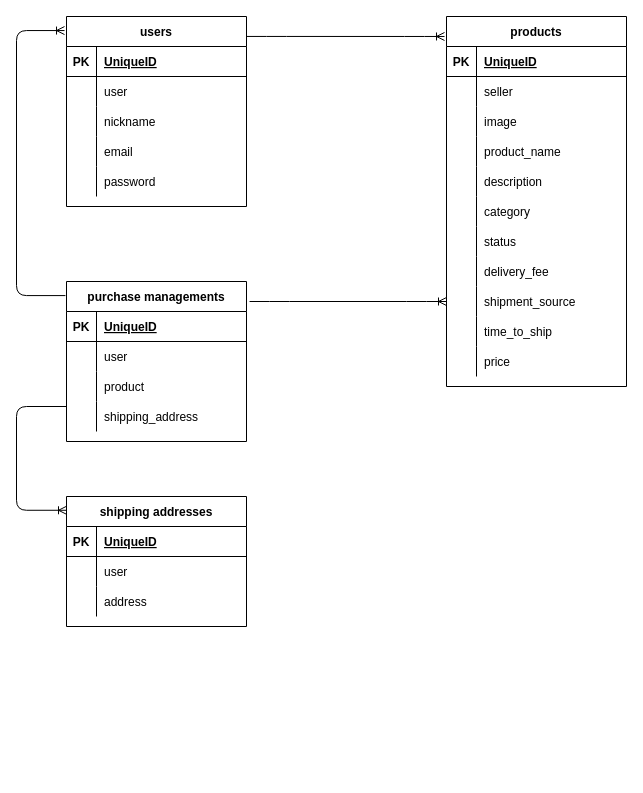
This is ER.dio from koshiro-saito/furima-31967, a draw.io file, before an edit. Source tidied: cells renumbered, new cells numbered last; positions are measured from the earlier drawing's top-left corner, leaving out a move shared by most shapes. Both pictures are drawn from the tidied source at 100%, with x=0, y=0 at pixel (16, 16).
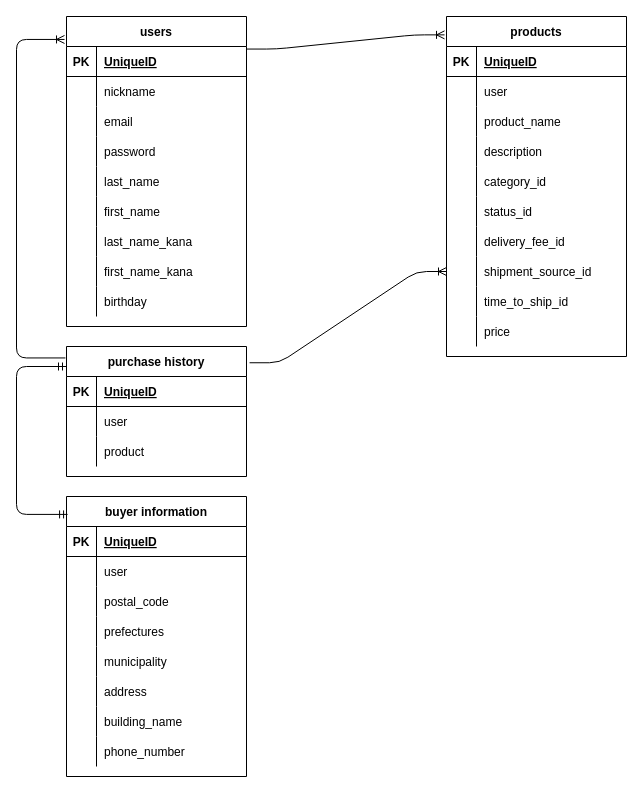
The same page after the edit.

The change refers to these unchanged cells:
```xml
<mxCell id="6" style="shape=partialRectangle;fillColor=none;top=0;left=0;bottom=0;right=0;" parent="2" vertex="1">
  <mxGeometry y="60" width="180" height="30" as="geometry" />
</mxCell>
```

Change to the diagram source:
```diff
@@
     <mxCell id="2" value="products" style="shape=table;startSize=30;childLayout=tableLayout;rowLines=0;fontStyle=1;align=center;" parent="1" vertex="1">
-      <mxGeometry x="430" width="180" height="370" as="geometry" />
+      <mxGeometry x="430" width="180" height="340" as="geometry" />
     </mxCell>
@@
-    <mxCell id="8" value="seller" style="shape=partialRectangle;fillColor=none;top=0;left=0;bottom=0;right=0;align=left;spacingLeft=6;overflow=hidden;" parent="6" vertex="1">
+    <mxCell id="8" value="user" style="shape=partialRectangle;fillColor=none;top=0;left=0;bottom=0;right=0;align=left;spacingLeft=6;overflow=hidden;" parent="6" vertex="1">
       <mxGeometry x="30" width="150" height="30" as="geometry" />
     </mxCell>
-    <mxCell id="9" style="shape=partialRectangle;fillColor=none;top=0;left=0;bottom=0;right=0;" parent="2" vertex="1">
-      <mxGeometry y="90" width="180" height="30" as="geometry" />
-    </mxCell>
-    <mxCell id="10" style="shape=partialRectangle;fillColor=none;top=0;left=0;bottom=0;right=0;overflow=hidden;" parent="9" vertex="1">
-      <mxGeometry width="30" height="30" as="geometry" />
-    </mxCell>
-    <mxCell id="11" value="image" style="shape=partialRectangle;fillColor=none;top=0;left=0;bottom=0;right=0;align=left;spacingLeft=6;overflow=hidden;" parent="9" vertex="1">
-      <mxGeometry x="30" width="150" height="30" as="geometry" />
-    </mxCell>
     <mxCell id="12" style="shape=partialRectangle;fillColor=none;top=0;left=0;bottom=0;right=0;" parent="2" vertex="1">
-      <mxGeometry y="120" width="180" height="30" as="geometry" />
+      <mxGeometry y="90" width="180" height="30" as="geometry" />
     </mxCell>
@@
     <mxCell id="15" style="shape=partialRectangle;fillColor=none;top=0;left=0;bottom=0;right=0;" parent="2" vertex="1">
-      <mxGeometry y="150" width="180" height="30" as="geometry" />
+      <mxGeometry y="120" width="180" height="30" as="geometry" />
     </mxCell>
@@
     <mxCell id="18" style="shape=partialRectangle;fillColor=none;top=0;left=0;bottom=0;right=0;" parent="2" vertex="1">
-      <mxGeometry y="180" width="180" height="30" as="geometry" />
+      <mxGeometry y="150" width="180" height="30" as="geometry" />
     </mxCell>
@@
-    <mxCell id="20" value="category" style="shape=partialRectangle;fillColor=none;top=0;left=0;bottom=0;right=0;align=left;spacingLeft=6;overflow=hidden;" parent="18" vertex="1">
+    <mxCell id="20" value="category_id" style="shape=partialRectangle;fillColor=none;top=0;left=0;bottom=0;right=0;align=left;spacingLeft=6;overflow=hidden;" parent="18" vertex="1">
       <mxGeometry x="30" width="150" height="30" as="geometry" />
     </mxCell>
     <mxCell id="21" style="shape=partialRectangle;fillColor=none;top=0;left=0;bottom=0;right=0;" parent="2" vertex="1">
-      <mxGeometry y="210" width="180" height="30" as="geometry" />
+      <mxGeometry y="180" width="180" height="30" as="geometry" />
     </mxCell>
@@
-    <mxCell id="23" value="status" style="shape=partialRectangle;fillColor=none;top=0;left=0;bottom=0;right=0;align=left;spacingLeft=6;overflow=hidden;" parent="21" vertex="1">
+    <mxCell id="23" value="status_id" style="shape=partialRectangle;fillColor=none;top=0;left=0;bottom=0;right=0;align=left;spacingLeft=6;overflow=hidden;" parent="21" vertex="1">
       <mxGeometry x="30" width="150" height="30" as="geometry" />
     </mxCell>
     <mxCell id="24" style="shape=partialRectangle;fillColor=none;top=0;left=0;bottom=0;right=0;" parent="2" vertex="1">
-      <mxGeometry y="240" width="180" height="30" as="geometry" />
+      <mxGeometry y="210" width="180" height="30" as="geometry" />
     </mxCell>
@@
-    <mxCell id="26" value="delivery_fee" style="shape=partialRectangle;fillColor=none;top=0;left=0;bottom=0;right=0;align=left;spacingLeft=6;overflow=hidden;" parent="24" vertex="1">
+    <mxCell id="26" value="delivery_fee_id" style="shape=partialRectangle;fillColor=none;top=0;left=0;bottom=0;right=0;align=left;spacingLeft=6;overflow=hidden;" parent="24" vertex="1">
       <mxGeometry x="30" width="150" height="30" as="geometry" />
     </mxCell>
     <mxCell id="27" style="shape=partialRectangle;fillColor=none;top=0;left=0;bottom=0;right=0;points=[[0,0.5],[1,0.5]];portConstraint=eastwest;" parent="2" vertex="1">
-      <mxGeometry y="270" width="180" height="30" as="geometry" />
+      <mxGeometry y="240" width="180" height="30" as="geometry" />
     </mxCell>
@@
-    <mxCell id="29" value="shipment_source" style="shape=partialRectangle;fillColor=none;top=0;left=0;bottom=0;right=0;align=left;spacingLeft=6;overflow=hidden;" parent="27" vertex="1">
+    <mxCell id="29" value="shipment_source_id" style="shape=partialRectangle;fillColor=none;top=0;left=0;bottom=0;right=0;align=left;spacingLeft=6;overflow=hidden;" parent="27" vertex="1">
       <mxGeometry x="30" width="150" height="30" as="geometry" />
     </mxCell>
     <mxCell id="30" style="shape=partialRectangle;fillColor=none;top=0;left=0;bottom=0;right=0;" parent="2" vertex="1">
-      <mxGeometry y="300" width="180" height="30" as="geometry" />
+      <mxGeometry y="270" width="180" height="30" as="geometry" />
     </mxCell>
@@
-    <mxCell id="32" value="time_to_ship" style="shape=partialRectangle;fillColor=none;top=0;left=0;bottom=0;right=0;align=left;spacingLeft=6;overflow=hidden;" parent="30" vertex="1">
+    <mxCell id="32" value="time_to_ship_id" style="shape=partialRectangle;fillColor=none;top=0;left=0;bottom=0;right=0;align=left;spacingLeft=6;overflow=hidden;" parent="30" vertex="1">
       <mxGeometry x="30" width="150" height="30" as="geometry" />
     </mxCell>
     <mxCell id="33" style="shape=partialRectangle;fillColor=none;top=0;left=0;bottom=0;right=0;" parent="2" vertex="1">
-      <mxGeometry y="330" width="180" height="30" as="geometry" />
+      <mxGeometry y="300" width="180" height="30" as="geometry" />
     </mxCell>
@@
     <mxCell id="36" value="users" style="shape=table;startSize=30;childLayout=tableLayout;rowLines=0;fontStyle=1;align=center;" parent="1" vertex="1">
-      <mxGeometry x="50" width="180" height="190" as="geometry" />
+      <mxGeometry x="50" width="180" height="310" as="geometry" />
     </mxCell>
@@
-    <mxCell id="40" style="shape=partialRectangle;fillColor=none;top=0;left=0;bottom=0;right=0;" parent="36" vertex="1">
-      <mxGeometry y="60" width="180" height="30" as="geometry" />
-    </mxCell>
-    <mxCell id="41" style="shape=partialRectangle;fillColor=none;top=0;left=0;bottom=0;right=0;overflow=hidden;" parent="40" vertex="1">
-      <mxGeometry width="30" height="30" as="geometry" />
-    </mxCell>
-    <mxCell id="42" value="user" style="shape=partialRectangle;fillColor=none;top=0;left=0;bottom=0;right=0;align=left;spacingLeft=6;overflow=hidden;" parent="40" vertex="1">
-      <mxGeometry x="30" width="150" height="30" as="geometry" />
-    </mxCell>
     <mxCell id="43" style="shape=partialRectangle;fillColor=none;top=0;left=0;bottom=0;right=0;" parent="36" vertex="1">
-      <mxGeometry y="90" width="180" height="30" as="geometry" />
+      <mxGeometry y="60" width="180" height="30" as="geometry" />
     </mxCell>
@@
     <mxCell id="46" style="shape=partialRectangle;fillColor=none;top=0;left=0;bottom=0;right=0;" parent="36" vertex="1">
-      <mxGeometry y="120" width="180" height="30" as="geometry" />
+      <mxGeometry y="90" width="180" height="30" as="geometry" />
     </mxCell>
@@
     <mxCell id="49" style="shape=partialRectangle;fillColor=none;top=0;left=0;bottom=0;right=0;" parent="36" vertex="1">
-      <mxGeometry y="150" width="180" height="30" as="geometry" />
+      <mxGeometry y="120" width="180" height="30" as="geometry" />
     </mxCell>
@@
+    <mxCell id="79" style="shape=partialRectangle;fillColor=none;top=0;left=0;bottom=0;right=0;" parent="36" vertex="1">
+      <mxGeometry y="150" width="180" height="30" as="geometry" />
+    </mxCell>
+    <mxCell id="80" style="shape=partialRectangle;fillColor=none;top=0;left=0;bottom=0;right=0;overflow=hidden;" parent="79" vertex="1">
+      <mxGeometry width="30" height="30" as="geometry" />
+    </mxCell>
+    <mxCell id="81" value="last_name" style="shape=partialRectangle;fillColor=none;top=0;left=0;bottom=0;right=0;align=left;spacingLeft=6;overflow=hidden;" parent="79" vertex="1">
+      <mxGeometry x="30" width="150" height="30" as="geometry" />
+    </mxCell>
+    <mxCell id="82" style="shape=partialRectangle;fillColor=none;top=0;left=0;bottom=0;right=0;" parent="36" vertex="1">
+      <mxGeometry y="180" width="180" height="30" as="geometry" />
+    </mxCell>
+    <mxCell id="83" style="shape=partialRectangle;fillColor=none;top=0;left=0;bottom=0;right=0;overflow=hidden;" parent="82" vertex="1">
+      <mxGeometry width="30" height="30" as="geometry" />
+    </mxCell>
+    <mxCell id="84" value="first_name" style="shape=partialRectangle;fillColor=none;top=0;left=0;bottom=0;right=0;align=left;spacingLeft=6;overflow=hidden;" parent="82" vertex="1">
+      <mxGeometry x="30" width="150" height="30" as="geometry" />
+    </mxCell>
+    <mxCell id="85" style="shape=partialRectangle;fillColor=none;top=0;left=0;bottom=0;right=0;" parent="36" vertex="1">
+      <mxGeometry y="210" width="180" height="30" as="geometry" />
+    </mxCell>
+    <mxCell id="86" style="shape=partialRectangle;fillColor=none;top=0;left=0;bottom=0;right=0;overflow=hidden;" parent="85" vertex="1">
+      <mxGeometry width="30" height="30" as="geometry" />
+    </mxCell>
+    <mxCell id="87" value="last_name_kana" style="shape=partialRectangle;fillColor=none;top=0;left=0;bottom=0;right=0;align=left;spacingLeft=6;overflow=hidden;" parent="85" vertex="1">
+      <mxGeometry x="30" width="150" height="30" as="geometry" />
+    </mxCell>
+    <mxCell id="88" style="shape=partialRectangle;fillColor=none;top=0;left=0;bottom=0;right=0;" parent="36" vertex="1">
+      <mxGeometry y="240" width="180" height="30" as="geometry" />
+    </mxCell>
+    <mxCell id="89" style="shape=partialRectangle;fillColor=none;top=0;left=0;bottom=0;right=0;overflow=hidden;" parent="88" vertex="1">
+      <mxGeometry width="30" height="30" as="geometry" />
+    </mxCell>
+    <mxCell id="90" value="first_name_kana" style="shape=partialRectangle;fillColor=none;top=0;left=0;bottom=0;right=0;align=left;spacingLeft=6;overflow=hidden;" parent="88" vertex="1">
+      <mxGeometry x="30" width="150" height="30" as="geometry" />
+    </mxCell>
+    <mxCell id="91" style="shape=partialRectangle;fillColor=none;top=0;left=0;bottom=0;right=0;" parent="36" vertex="1">
+      <mxGeometry y="270" width="180" height="30" as="geometry" />
+    </mxCell>
+    <mxCell id="92" style="shape=partialRectangle;fillColor=none;top=0;left=0;bottom=0;right=0;overflow=hidden;" parent="91" vertex="1">
+      <mxGeometry width="30" height="30" as="geometry" />
+    </mxCell>
+    <mxCell id="93" value="birthday" style="shape=partialRectangle;fillColor=none;top=0;left=0;bottom=0;right=0;align=left;spacingLeft=6;overflow=hidden;" parent="91" vertex="1">
+      <mxGeometry x="30" width="150" height="30" as="geometry" />
+    </mxCell>
-    <mxCell id="52" value="purchase managements" style="shape=table;startSize=30;childLayout=tableLayout;rowLines=0;fontStyle=1;align=center;" parent="1" vertex="1">
-      <mxGeometry x="50" y="265" width="180" height="160" as="geometry" />
+    <mxCell id="52" value="purchase history" style="shape=table;startSize=30;childLayout=tableLayout;rowLines=0;fontStyle=1;align=center;" parent="1" vertex="1">
+      <mxGeometry x="50" y="330" width="180" height="130" as="geometry" />
     </mxCell>
@@
-    <mxCell id="62" style="shape=partialRectangle;fillColor=none;top=0;left=0;bottom=0;right=0;" parent="52" vertex="1">
-      <mxGeometry y="120" width="180" height="30" as="geometry" />
-    </mxCell>
-    <mxCell id="63" style="shape=partialRectangle;fillColor=none;top=0;left=0;bottom=0;right=0;overflow=hidden;" parent="62" vertex="1">
-      <mxGeometry width="30" height="30" as="geometry" />
-    </mxCell>
-    <mxCell id="64" value="shipping_address" style="shape=partialRectangle;fillColor=none;top=0;left=0;bottom=0;right=0;align=left;spacingLeft=6;overflow=hidden;" parent="62" vertex="1">
-      <mxGeometry x="30" width="150" height="30" as="geometry" />
-    </mxCell>
@@
-    <mxCell id="66" value="shipping addresses" style="shape=table;startSize=30;childLayout=tableLayout;rowLines=0;fontStyle=1;align=center;" parent="1" vertex="1">
-      <mxGeometry x="50" y="480" width="180" height="130" as="geometry" />
+    <mxCell id="66" value="buyer information" style="shape=table;startSize=30;childLayout=tableLayout;rowLines=0;fontStyle=1;align=center;" parent="1" vertex="1">
+      <mxGeometry x="50" y="480" width="180" height="280" as="geometry" />
     </mxCell>
@@
+    <mxCell id="9" style="shape=partialRectangle;fillColor=none;top=0;left=0;bottom=0;right=0;" parent="66" vertex="1">
+      <mxGeometry y="90" width="180" height="30" as="geometry" />
+    </mxCell>
+    <mxCell id="94" style="shape=partialRectangle;fillColor=none;top=0;left=0;bottom=0;right=0;overflow=hidden;" parent="9" vertex="1">
+      <mxGeometry width="30" height="30" as="geometry" />
+    </mxCell>
+    <mxCell id="95" value="postal_code" style="shape=partialRectangle;fillColor=none;top=0;left=0;bottom=0;right=0;align=left;spacingLeft=6;overflow=hidden;" parent="9" vertex="1">
+      <mxGeometry x="30" width="150" height="30" as="geometry" />
+    </mxCell>
     <mxCell id="73" style="shape=partialRectangle;fillColor=none;top=0;left=0;bottom=0;right=0;" parent="66" vertex="1">
-      <mxGeometry y="90" width="180" height="30" as="geometry" />
+      <mxGeometry y="120" width="180" height="30" as="geometry" />
     </mxCell>
@@
-    <mxCell id="75" value="address" style="shape=partialRectangle;fillColor=none;top=0;left=0;bottom=0;right=0;align=left;spacingLeft=6;overflow=hidden;" parent="73" vertex="1">
+    <mxCell id="75" value="prefectures" style="shape=partialRectangle;fillColor=none;top=0;left=0;bottom=0;right=0;align=left;spacingLeft=6;overflow=hidden;" parent="73" vertex="1">
       <mxGeometry x="30" width="150" height="30" as="geometry" />
     </mxCell>
+    <mxCell id="96" style="shape=partialRectangle;fillColor=none;top=0;left=0;bottom=0;right=0;" parent="66" vertex="1">
+      <mxGeometry y="150" width="180" height="30" as="geometry" />
+    </mxCell>
+    <mxCell id="97" style="shape=partialRectangle;fillColor=none;top=0;left=0;bottom=0;right=0;overflow=hidden;" parent="96" vertex="1">
+      <mxGeometry width="30" height="30" as="geometry" />
+    </mxCell>
+    <mxCell id="98" value="municipality" style="shape=partialRectangle;fillColor=none;top=0;left=0;bottom=0;right=0;align=left;spacingLeft=6;overflow=hidden;" parent="96" vertex="1">
+      <mxGeometry x="30" width="150" height="30" as="geometry" />
+    </mxCell>
+    <mxCell id="99" style="shape=partialRectangle;fillColor=none;top=0;left=0;bottom=0;right=0;" parent="66" vertex="1">
+      <mxGeometry y="180" width="180" height="30" as="geometry" />
+    </mxCell>
+    <mxCell id="100" style="shape=partialRectangle;fillColor=none;top=0;left=0;bottom=0;right=0;overflow=hidden;" parent="99" vertex="1">
+      <mxGeometry width="30" height="30" as="geometry" />
+    </mxCell>
+    <mxCell id="101" value="address" style="shape=partialRectangle;fillColor=none;top=0;left=0;bottom=0;right=0;align=left;spacingLeft=6;overflow=hidden;" parent="99" vertex="1">
+      <mxGeometry x="30" width="150" height="30" as="geometry" />
+    </mxCell>
+    <mxCell id="102" style="shape=partialRectangle;fillColor=none;top=0;left=0;bottom=0;right=0;" parent="66" vertex="1">
+      <mxGeometry y="210" width="180" height="30" as="geometry" />
+    </mxCell>
+    <mxCell id="103" style="shape=partialRectangle;fillColor=none;top=0;left=0;bottom=0;right=0;overflow=hidden;" parent="102" vertex="1">
+      <mxGeometry width="30" height="30" as="geometry" />
+    </mxCell>
+    <mxCell id="104" value="building_name" style="shape=partialRectangle;fillColor=none;top=0;left=0;bottom=0;right=0;align=left;spacingLeft=6;overflow=hidden;" parent="102" vertex="1">
+      <mxGeometry x="30" width="150" height="30" as="geometry" />
+    </mxCell>
+    <mxCell id="105" style="shape=partialRectangle;fillColor=none;top=0;left=0;bottom=0;right=0;" parent="66" vertex="1">
+      <mxGeometry y="240" width="180" height="30" as="geometry" />
+    </mxCell>
+    <mxCell id="106" style="shape=partialRectangle;fillColor=none;top=0;left=0;bottom=0;right=0;overflow=hidden;" parent="105" vertex="1">
+      <mxGeometry width="30" height="30" as="geometry" />
+    </mxCell>
+    <mxCell id="107" value="phone_number" style="shape=partialRectangle;fillColor=none;top=0;left=0;bottom=0;right=0;align=left;spacingLeft=6;overflow=hidden;" parent="105" vertex="1">
+      <mxGeometry x="30" width="150" height="30" as="geometry" />
+    </mxCell>
@@
-    <mxCell id="78" style="edgeStyle=elbowEdgeStyle;fontSize=12;html=1;endArrow=ERoneToMany;entryX=0;entryY=0.106;entryDx=0;entryDy=0;entryPerimeter=0;" parent="1" edge="1" source="52" target="66">
-      <mxGeometry relative="1" as="geometry">
-        <Array as="points">
-          <mxPoint y="390" />
-        </Array>
-      </mxGeometry>
-    </mxCell>
+    <mxCell id="108" style="edgeStyle=orthogonalEdgeStyle;fontSize=12;html=1;endArrow=ERmandOne;startArrow=ERmandOne;exitX=0.006;exitY=0.064;exitDx=0;exitDy=0;exitPerimeter=0;" parent="1" edge="1" source="66" target="52">
+      <mxGeometry relative="1" as="geometry">
+        <Array as="points">
+          <mxPoint y="498" />
+          <mxPoint y="350" />
+        </Array>
+      </mxGeometry>
+    </mxCell>
```
